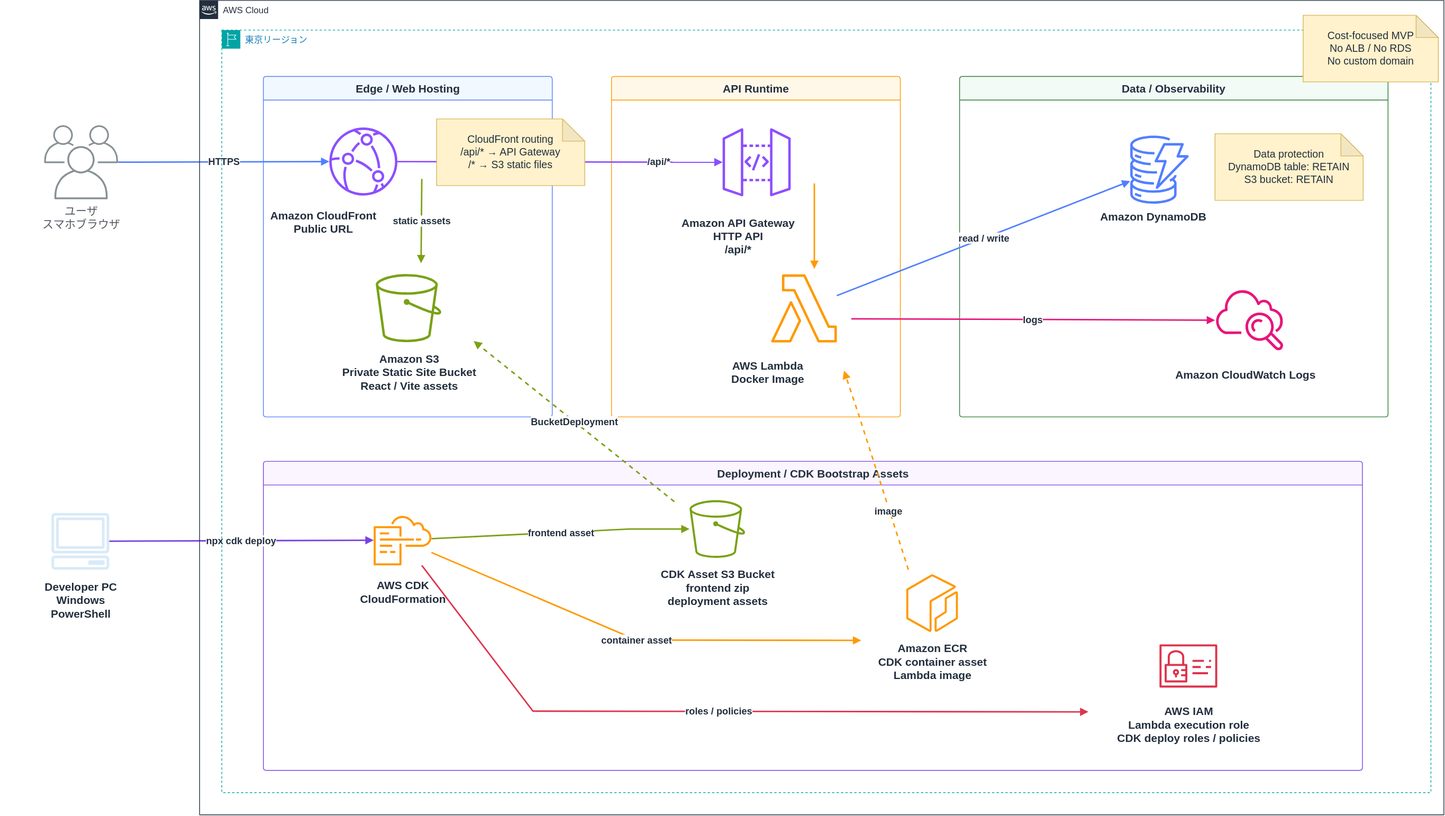
Before: docs/aws-architecture.svg, a diagram exported from draw.io (k6fujii-design/household-ledger). Source tidied: cells renumbered, new cells last; positions are measured from the earlier drawing's top-left corner, leaving out a move shared by most shapes. Its diagram source:
```xml
<mxGraphModel>
  <root>
    <mxCell id="0" />
    <mxCell id="1" parent="0" />
    <mxCell id="2" value="Edge / Web Hosting" style="swimlane;html=1;rounded=1;startSize=32;horizontal=1;fillColor=#F1F8FF;strokeColor=#527FFF;fontColor=#232F3E;fontSize=15;fontStyle=1;arcSize=4;" parent="1" vertex="1">
      <mxGeometry x="356.1" y="102.6" width="390" height="460" as="geometry" />
    </mxCell>
    <mxCell id="3" value="API Runtime" style="swimlane;html=1;rounded=1;startSize=32;horizontal=1;fillColor=#FFF8E8;strokeColor=#FF9900;fontColor=#232F3E;fontSize=15;fontStyle=1;arcSize=4;" parent="1" vertex="1">
      <mxGeometry x="826.1" y="102.6" width="390" height="460" as="geometry" />
    </mxCell>
    <mxCell id="4" value="Data / Observability" style="swimlane;html=1;rounded=1;startSize=32;horizontal=1;fillColor=#F2FBF6;strokeColor=#2E7D32;fontColor=#232F3E;fontSize=15;fontStyle=1;arcSize=4;" parent="1" vertex="1">
      <mxGeometry x="1296.1" y="102.6" width="578.5" height="460" as="geometry" />
    </mxCell>
    <mxCell id="5" value="Deployment / CDK Bootstrap Assets" style="swimlane;html=1;rounded=1;startSize=32;horizontal=1;fillColor=#FAF5FF;strokeColor=#7B3FE4;fontColor=#232F3E;fontSize=15;fontStyle=1;arcSize=4;" parent="1" vertex="1">
      <mxGeometry x="356.1" y="622.6" width="1483.9" height="417.4" as="geometry" />
    </mxCell>
    <mxCell id="6" style="sketch=0;html=1;shape=mxgraph.aws4.cloudfront;fillColor=#8C4FFF;strokeColor=none;" parent="1" vertex="1">
      <mxGeometry x="445.1" y="171.6" width="92" height="92" as="geometry" />
    </mxCell>
    <mxCell id="7" style="sketch=0;html=1;shape=mxgraph.aws4.s3;fillColor=#7AA116;strokeColor=none;" parent="1" vertex="1">
      <mxGeometry x="506.1" y="369.6" width="92" height="92" as="geometry" />
    </mxCell>
    <mxCell id="8" style="sketch=0;html=1;shape=mxgraph.aws4.api_gateway;fillColor=#8C4FFF;strokeColor=none;" parent="1" vertex="1">
      <mxGeometry x="976.1" y="172.6" width="92" height="92" as="geometry" />
    </mxCell>
    <mxCell id="9" style="sketch=0;html=1;shape=mxgraph.aws4.client;fillColor=#D9EAF7;strokeColor=#147EBA;" parent="1" vertex="1">
      <mxGeometry x="70" y="691.6" width="78" height="78" as="geometry" />
    </mxCell>
    <mxCell id="10" value="Developer PC&lt;br&gt;Windows&lt;br&gt;PowerShell" style="text;html=1;strokeColor=none;fillColor=none;align=center;verticalAlign=top;whiteSpace=wrap;fontSize=15;fontStyle=1;fontColor=#232F3E;" parent="1" vertex="1">
      <mxGeometry y="776.6" width="220" height="55" as="geometry" />
    </mxCell>
    <mxCell id="11" value="HTTPS" style="endArrow=block;html=1;rounded=0;strokeWidth=2;strokeColor=#527FFF;fontSize=13;fontStyle=1;fontColor=#232F3E;" parent="1" edge="1" source="15" target="6">
      <mxGeometry relative="1" as="geometry" />
    </mxCell>
    <mxCell id="12" value="/api/*" style="endArrow=block;html=1;rounded=0;strokeWidth=2;strokeColor=#8C4FFF;fontSize=13;fontStyle=1;fontColor=#232F3E;" parent="1" edge="1" source="6" target="8">
      <mxGeometry x="0.61" relative="1" as="geometry" />
    </mxCell>
    <mxCell id="13" value="npx cdk deploy" style="endArrow=block;html=1;rounded=0;strokeWidth=2;strokeColor=#7B3FE4;fontSize=13;fontStyle=1;fontColor=#232F3E;" parent="1" edge="1" source="9" target="30">
      <mxGeometry relative="1" as="geometry" />
    </mxCell>
    <mxCell id="14" value="BucketDeployment" style="endArrow=block;html=1;rounded=0;strokeWidth=2;strokeColor=#7AA116;fontSize=13;fontStyle=1;fontColor=#232F3E;dashed=1;" parent="1" edge="1">
      <mxGeometry relative="1" as="geometry">
        <mxPoint x="911" y="677" as="sourcePoint" />
        <mxPoint x="640" y="460" as="targetPoint" />
      </mxGeometry>
    </mxCell>
    <mxCell id="15" value="&lt;font style=&quot;font-size: 15px;&quot;&gt;ユーザ&lt;br&gt;スマホブラウザ&lt;/font&gt;" style="sketch=0;outlineConnect=0;gradientColor=none;fontColor=#545B64;strokeColor=none;fillColor=#879196;dashed=0;verticalLabelPosition=bottom;verticalAlign=top;align=center;html=1;fontSize=12;fontStyle=0;shape=mxgraph.aws4.illustration_users;" parent="1" vertex="1">
      <mxGeometry x="60" y="168.6" width="100" height="100" as="geometry" />
    </mxCell>
    <mxCell id="16" value="AWS Cloud" style="gradientColor=none;html=1;whiteSpace=wrap;fontSize=12;fontStyle=0;shape=mxgraph.aws4.group;grIcon=mxgraph.aws4.group_aws_cloud_alt;strokeColor=#232F3E;fillColor=none;verticalAlign=top;align=left;spacingLeft=30;fontColor=#232F3E;dashed=0;" parent="1" vertex="1">
      <mxGeometry x="270" width="1680" height="1100" as="geometry" />
    </mxCell>
    <mxCell id="17" value="東京リージョン" style="gradientColor=none;html=1;whiteSpace=wrap;fontSize=12;fontStyle=0;shape=mxgraph.aws4.group;grIcon=mxgraph.aws4.group_region;strokeColor=#00A4A6;fillColor=none;verticalAlign=top;align=left;spacingLeft=30;fontColor=#147EBA;dashed=1;" parent="16" vertex="1">
      <mxGeometry x="30" y="40" width="1632.5" height="1030" as="geometry" />
    </mxCell>
    <mxCell id="18" value="static assets" style="endArrow=block;html=1;rounded=0;strokeWidth=2;strokeColor=#7AA116;fontSize=13;fontStyle=1;fontColor=#232F3E;" parent="17" edge="1">
      <mxGeometry relative="1" as="geometry">
        <mxPoint x="270" y="201" as="sourcePoint" />
        <mxPoint x="269" y="315" as="targetPoint" />
      </mxGeometry>
    </mxCell>
    <mxCell id="19" value="Amazon API Gateway&#10;HTTP API&#10;/api/*" style="text;html=1;strokeColor=none;fillColor=none;align=center;verticalAlign=top;whiteSpace=wrap;fontSize=15;fontStyle=1;fontColor=#232F3E;" parent="17" vertex="1">
      <mxGeometry x="570" y="245" width="255" height="75" as="geometry" />
    </mxCell>
    <mxCell id="20" style="sketch=0;html=1;shape=mxgraph.aws4.lambda;fillColor=#FF9900;strokeColor=none;" parent="17" vertex="1">
      <mxGeometry x="740" y="330" width="92" height="92" as="geometry" />
    </mxCell>
    <mxCell id="21" value="logs" style="endArrow=block;html=1;rounded=0;strokeWidth=2;strokeColor=#E7157B;fontSize=13;fontStyle=1;fontColor=#232F3E;" parent="17" edge="1" target="22">
      <mxGeometry relative="1" as="geometry">
        <mxPoint x="850" y="390" as="sourcePoint" />
      </mxGeometry>
    </mxCell>
    <mxCell id="22" style="sketch=0;html=1;shape=mxgraph.aws4.cloudwatch;fillColor=#E7157B;strokeColor=none;" parent="17" vertex="1">
      <mxGeometry x="1341" y="346" width="92" height="92" as="geometry" />
    </mxCell>
    <mxCell id="23" value="Amazon CloudWatch Logs" style="text;html=1;strokeColor=none;fillColor=none;align=center;verticalAlign=top;whiteSpace=wrap;fontSize=15;fontStyle=1;fontColor=#232F3E;" parent="17" vertex="1">
      <mxGeometry x="1244.6" y="450" width="275" height="65.1" as="geometry" />
    </mxCell>
    <mxCell id="24" style="sketch=0;html=1;shape=mxgraph.aws4.dynamodb;fillColor=#527FFF;strokeColor=none;" parent="17" vertex="1">
      <mxGeometry x="1220" y="142.6" width="92" height="92" as="geometry" />
    </mxCell>
    <mxCell id="25" value="read / write" style="endArrow=block;html=1;rounded=0;strokeWidth=2;strokeColor=#527FFF;fontSize=13;fontStyle=1;fontColor=#232F3E;" parent="17" edge="1" source="20" target="24">
      <mxGeometry relative="1" as="geometry" />
    </mxCell>
    <mxCell id="26" style="endArrow=block;html=1;rounded=0;strokeWidth=2;strokeColor=#FF9900;fontSize=13;fontStyle=1;fontColor=#232F3E;" parent="17" edge="1">
      <mxGeometry relative="1" as="geometry">
        <mxPoint x="800" y="207.1" as="sourcePoint" />
        <mxPoint x="800" y="322.6" as="targetPoint" />
      </mxGeometry>
    </mxCell>
    <mxCell id="27" value="Amazon CloudFront&lt;br&gt;Public URL" style="text;html=1;strokeColor=none;fillColor=none;align=center;verticalAlign=top;whiteSpace=wrap;fontSize=15;fontStyle=1;fontColor=#232F3E;" parent="17" vertex="1">
      <mxGeometry x="10" y="234.6" width="255" height="80" as="geometry" />
    </mxCell>
    <mxCell id="28" value="AWS Lambda&lt;br&gt;Docker Image" style="text;html=1;strokeColor=none;fillColor=none;align=center;verticalAlign=top;whiteSpace=wrap;fontSize=15;fontStyle=1;fontColor=#232F3E;" parent="17" vertex="1">
      <mxGeometry x="610" y="438" width="255" height="62" as="geometry" />
    </mxCell>
    <mxCell id="29" value="Amazon S3&#10;Private Static Site Bucket&#10;React / Vite assets" style="text;html=1;strokeColor=none;fillColor=none;align=center;verticalAlign=top;whiteSpace=wrap;fontSize=15;fontStyle=1;fontColor=#232F3E;" parent="17" vertex="1">
      <mxGeometry x="126.1" y="429" width="255" height="80" as="geometry" />
    </mxCell>
    <mxCell id="30" style="sketch=0;html=1;shape=mxgraph.aws4.cloudformation;fillColor=#FF9900;strokeColor=none;" parent="17" vertex="1">
      <mxGeometry x="205" y="650" width="78" height="78" as="geometry" />
    </mxCell>
    <mxCell id="31" value="AWS CDK&#10;CloudFormation" style="text;html=1;strokeColor=none;fillColor=none;align=center;verticalAlign=top;whiteSpace=wrap;fontSize=15;fontStyle=1;fontColor=#232F3E;" parent="17" vertex="1">
      <mxGeometry x="135" y="735" width="220" height="55" as="geometry" />
    </mxCell>
    <mxCell id="32" style="sketch=0;html=1;shape=mxgraph.aws4.ecr;fillColor=#FF9900;strokeColor=none;" parent="17" vertex="1">
      <mxGeometry x="920" y="735" width="78" height="78" as="geometry" />
    </mxCell>
    <mxCell id="33" value="Amazon ECR&#10;CDK container asset&#10;Lambda image" style="text;html=1;strokeColor=none;fillColor=none;align=center;verticalAlign=top;whiteSpace=wrap;fontSize=15;fontStyle=1;fontColor=#232F3E;" parent="17" vertex="1">
      <mxGeometry x="840" y="820" width="240" height="70" as="geometry" />
    </mxCell>
    <mxCell id="34" style="sketch=0;html=1;shape=mxgraph.aws4.s3;fillColor=#7AA116;strokeColor=none;" parent="17" vertex="1">
      <mxGeometry x="630" y="635" width="78" height="78" as="geometry" />
    </mxCell>
    <mxCell id="35" value="CDK Asset S3 Bucket&#10;frontend zip&#10;deployment assets" style="text;html=1;strokeColor=none;fillColor=none;align=center;verticalAlign=top;whiteSpace=wrap;fontSize=15;fontStyle=1;fontColor=#232F3E;" parent="17" vertex="1">
      <mxGeometry x="550" y="720" width="240" height="70" as="geometry" />
    </mxCell>
    <mxCell id="36" style="sketch=0;html=1;shape=mxgraph.aws4.identity_and_access_management;fillColor=#DD344C;strokeColor=none;" parent="17" vertex="1">
      <mxGeometry x="1266" y="820" width="78" height="78" as="geometry" />
    </mxCell>
    <mxCell id="37" value="AWS IAM&#10;Lambda execution role&#10;CDK deploy roles / policies" style="text;html=1;strokeColor=none;fillColor=none;align=center;verticalAlign=top;whiteSpace=wrap;fontSize=15;fontStyle=1;fontColor=#232F3E;" parent="17" vertex="1">
      <mxGeometry x="1176" y="905" width="260" height="70" as="geometry" />
    </mxCell>
    <mxCell id="38" value="container asset" style="endArrow=block;html=1;rounded=0;strokeWidth=2;strokeColor=#FF9900;fontSize=13;fontStyle=1;fontColor=#232F3E;entryX=0.097;entryY=0.063;entryDx=0;entryDy=0;entryPerimeter=0;" parent="17" edge="1" source="30" target="33">
      <mxGeometry relative="1" as="geometry">
        <Array as="points">
          <mxPoint x="560" y="824" />
        </Array>
      </mxGeometry>
    </mxCell>
    <mxCell id="39" value="frontend asset" style="endArrow=block;html=1;rounded=0;strokeWidth=2;strokeColor=#7AA116;fontSize=13;fontStyle=1;fontColor=#232F3E;" parent="17" edge="1" source="30" target="34">
      <mxGeometry relative="1" as="geometry">
        <Array as="points">
          <mxPoint x="550" y="674" />
        </Array>
      </mxGeometry>
    </mxCell>
    <mxCell id="40" value="roles / policies" style="endArrow=block;html=1;rounded=0;strokeWidth=2;strokeColor=#DD344C;fontSize=13;fontStyle=1;fontColor=#232F3E;" parent="17" edge="1" source="30">
      <mxGeometry relative="1" as="geometry">
        <mxPoint x="1170" y="921" as="targetPoint" />
        <Array as="points">
          <mxPoint x="420" y="920" />
        </Array>
      </mxGeometry>
    </mxCell>
    <mxCell id="41" value="image" style="endArrow=block;html=1;rounded=0;strokeWidth=2;strokeColor=#FF9900;fontSize=13;fontStyle=1;fontColor=#232F3E;dashed=1;" parent="17" edge="1">
      <mxGeometry x="-0.41" y="2" relative="1" as="geometry">
        <mxPoint x="927" y="729" as="sourcePoint" />
        <mxPoint x="840" y="460" as="targetPoint" />
        <Array as="points">
          <mxPoint x="860" y="520" />
        </Array>
      </mxGeometry>
    </mxCell>
    <mxCell id="42" value="CloudFront routing&#10;/api/* → API Gateway&#10;/* → S3 static files" style="shape=note;whiteSpace=wrap;html=1;backgroundOutline=1;darkOpacity=0.05;fillColor=#FFF2CC;strokeColor=#D6B656;fontSize=14;fontColor=#232F3E;" parent="17" vertex="1">
      <mxGeometry x="290" y="120" width="200" height="90" as="geometry" />
    </mxCell>
    <mxCell id="43" value="Cost-focused MVP&#10;No ALB / No RDS&#10;No custom domain" style="shape=note;whiteSpace=wrap;html=1;backgroundOutline=1;darkOpacity=0.05;fillColor=#FFF2CC;strokeColor=#D6B656;fontSize=14;fontColor=#232F3E;" parent="17" vertex="1">
      <mxGeometry x="1460" y="-20" width="182.5" height="90" as="geometry" />
    </mxCell>
    <mxCell id="44" value="Data protection&#10;DynamoDB table: RETAIN&#10;S3 bucket: RETAIN" style="shape=note;whiteSpace=wrap;html=1;backgroundOutline=1;darkOpacity=0.05;fillColor=#FFF2CC;strokeColor=#D6B656;fontSize=14;fontColor=#232F3E;" parent="17" vertex="1">
      <mxGeometry x="1341" y="140" width="200" height="90" as="geometry" />
    </mxCell>
    <mxCell id="45" value="Amazon DynamoDB" style="text;html=1;strokeColor=none;fillColor=none;align=center;verticalAlign=top;whiteSpace=wrap;fontSize=15;fontStyle=1;fontColor=#232F3E;" parent="1" vertex="1">
      <mxGeometry x="1450" y="277.4" width="216.2" height="82.6" as="geometry" />
    </mxCell>
  </root>
</mxGraphModel>
```
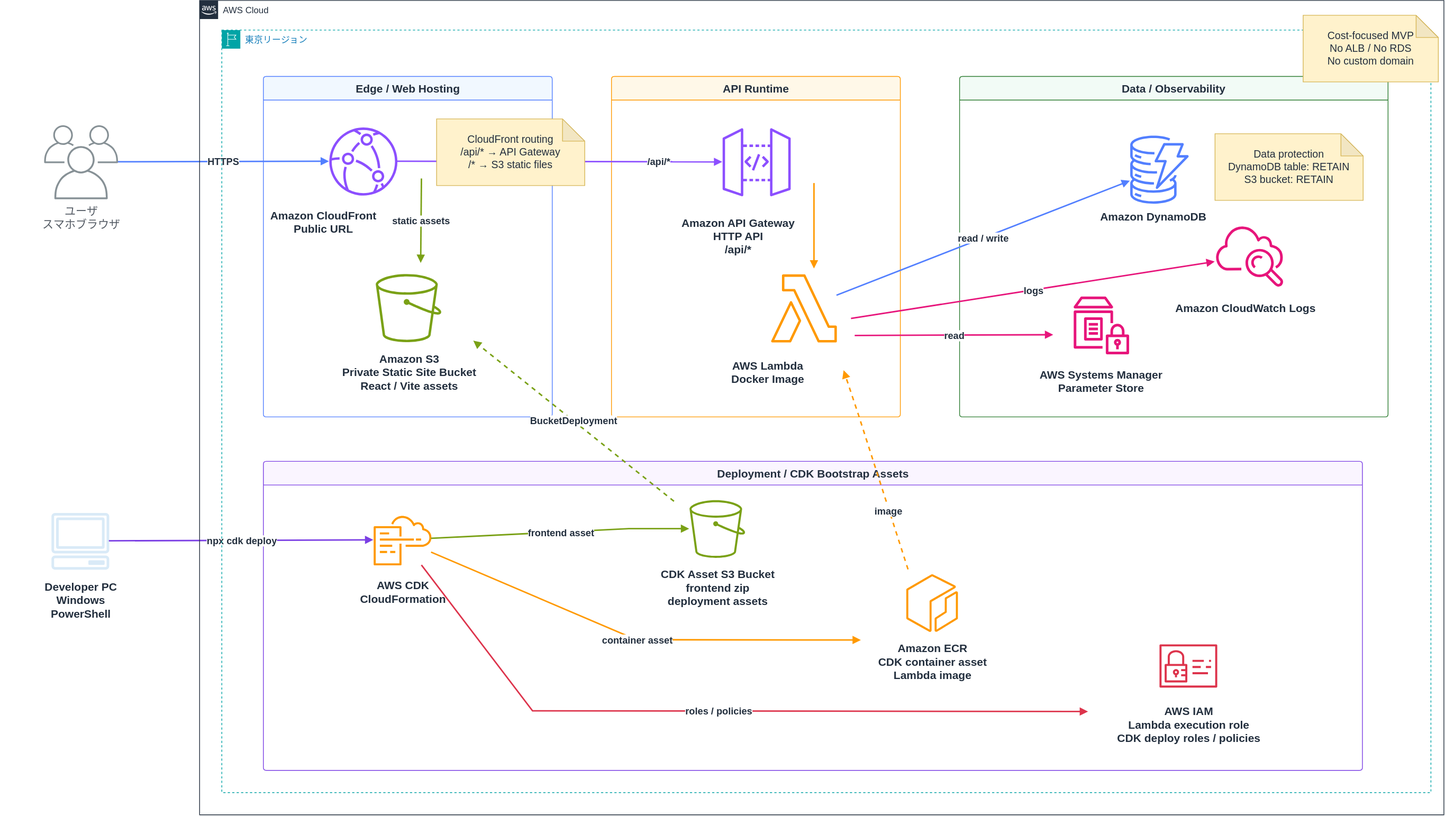
The same diagram one commit later.

The edit, as a diff of the source:
```diff
@@ -71,10 +71,10 @@
       </mxGeometry>
     </mxCell>
     <mxCell id="22" style="sketch=0;html=1;shape=mxgraph.aws4.cloudwatch;fillColor=#E7157B;strokeColor=none;" parent="17" vertex="1">
-      <mxGeometry x="1341" y="346" width="92" height="92" as="geometry" />
+      <mxGeometry x="1341" y="260" width="92" height="92" as="geometry" />
     </mxCell>
     <mxCell id="23" value="Amazon CloudWatch Logs" style="text;html=1;strokeColor=none;fillColor=none;align=center;verticalAlign=top;whiteSpace=wrap;fontSize=15;fontStyle=1;fontColor=#232F3E;" parent="17" vertex="1">
-      <mxGeometry x="1244.6" y="450" width="275" height="65.1" as="geometry" />
+      <mxGeometry x="1244.6" y="360" width="275" height="65.1" as="geometry" />
     </mxCell>
     <mxCell id="24" style="sketch=0;html=1;shape=mxgraph.aws4.dynamodb;fillColor=#527FFF;strokeColor=none;" parent="17" vertex="1">
       <mxGeometry x="1220" y="142.6" width="92" height="92" as="geometry" />
@@ -161,8 +161,20 @@
     <mxCell id="44" value="Data protection&#10;DynamoDB table: RETAIN&#10;S3 bucket: RETAIN" style="shape=note;whiteSpace=wrap;html=1;backgroundOutline=1;darkOpacity=0.05;fillColor=#FFF2CC;strokeColor=#D6B656;fontSize=14;fontColor=#232F3E;" parent="17" vertex="1">
       <mxGeometry x="1341" y="140" width="200" height="90" as="geometry" />
     </mxCell>
+    <mxCell id="46" style="sketch=0;fontColor=#232F3E;gradientColor=none;fillColor=#E7157B;strokeColor=none;dashed=0;verticalLabelPosition=bottom;verticalAlign=top;align=center;html=1;fontSize=12;fontStyle=0;shape=mxgraph.aws4.parameter_store;" parent="17" vertex="1">
+      <mxGeometry x="1150" y="360" width="75" height="78" as="geometry" />
+    </mxCell>
+    <mxCell id="47" value="AWS Systems Manager&lt;br&gt;Parameter Store" style="text;html=1;strokeColor=none;fillColor=none;align=center;verticalAlign=top;whiteSpace=wrap;fontSize=15;fontStyle=1;fontColor=#232F3E;" parent="17" vertex="1">
+      <mxGeometry x="1050" y="450" width="275" height="65.1" as="geometry" />
+    </mxCell>
     <mxCell id="45" value="Amazon DynamoDB" style="text;html=1;strokeColor=none;fillColor=none;align=center;verticalAlign=top;whiteSpace=wrap;fontSize=15;fontStyle=1;fontColor=#232F3E;" parent="1" vertex="1">
       <mxGeometry x="1450" y="277.4" width="216.2" height="82.6" as="geometry" />
     </mxCell>
+    <mxCell id="48" value="read" style="endArrow=block;html=1;rounded=0;strokeWidth=2;strokeColor=#E7157B;fontSize=13;fontStyle=1;fontColor=#232F3E;" parent="1" edge="1">
+      <mxGeometry relative="1" as="geometry">
+        <mxPoint x="1155" y="453" as="sourcePoint" />
+        <mxPoint x="1423" y="452" as="targetPoint" />
+      </mxGeometry>
+    </mxCell>
   </root>
 </mxGraphModel>
```
